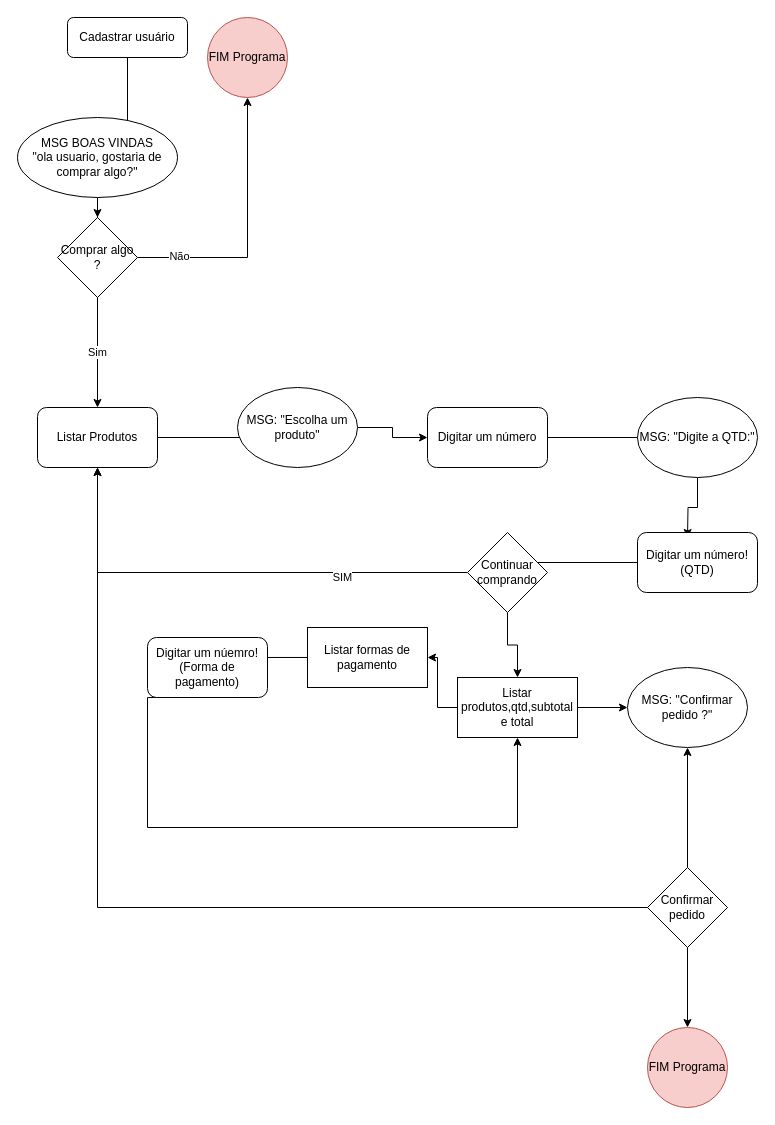
This is Untitled Diagram.drawio from reisritter/turma11java, a draw.io file, before an edit. Source tidied: cells renumbered, new cells numbered last; positions are measured from the earlier drawing's top-left corner, leaving out a move shared by most shapes. Both pictures are drawn from the tidied source at 100%, with x=0, y=0 at pixel (17, 17).
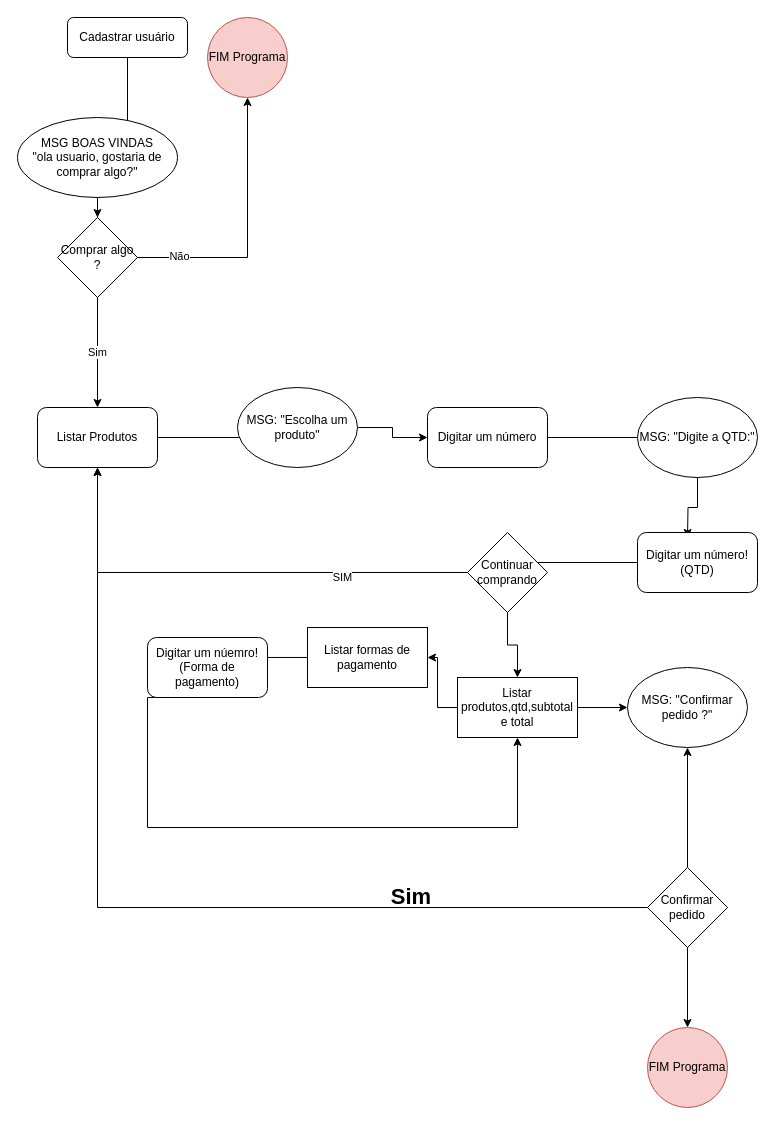
After the change.

What changed in the source:
```diff
@@
+    <mxCell id="38" value="&lt;font style=&quot;font-size: 22px&quot;&gt;Sim&lt;/font&gt;" style="text;html=1;strokeColor=none;fillColor=none;align=center;verticalAlign=middle;whiteSpace=wrap;rounded=0;fontStyle=1;fontSize=14;" parent="1" vertex="1">
+      <mxGeometry x="374" y="870" width="40" height="20" as="geometry" />
+    </mxCell>
```
